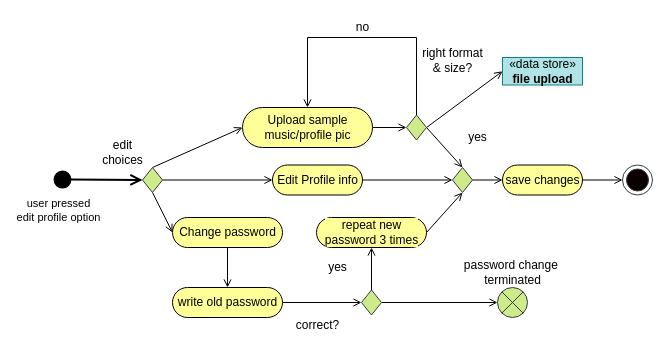
Before: page "Profile Activity" (3 of 6) of test Diagram.drawio in Itaybarbar/myProject, a draw.io diagram. Source tidied: cells renumbered, new cells numbered last; positions are measured from the earlier drawing's top-left corner, leaving out a move shared by most shapes. Both pictures are drawn from the tidied source at 100%, with x=0, y=0 at pixel (52, 17).
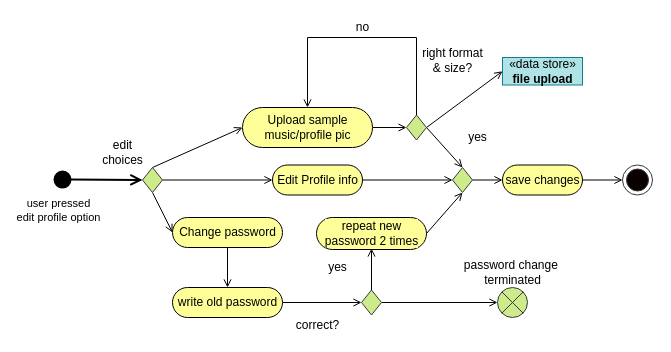
Above is the later version.

The edit, as a diff of the source:
```diff
@@
-    <mxCell id="32" value="repeat new &lt;br&gt;password 3 times" style="html=1;dashed=0;whitespace=wrap;shape=mxgraph.dfd.start;shadow=0;glass=0;labelBackgroundColor=#FFFF99;sketch=0;strokeWidth=1;fillColor=#FFFF99;" parent="1" vertex="1">
-      <mxGeometry x="264" y="200" width="110" height="30" as="geometry" />
+    <mxCell id="32" value="repeat new &lt;br&gt;password 2 times" style="html=1;dashed=0;whitespace=wrap;shape=mxgraph.dfd.start;shadow=0;glass=0;labelBackgroundColor=#FFFF99;sketch=0;strokeWidth=1;fillColor=#FFFF99;" parent="1" vertex="1">
+      <mxGeometry x="264" y="200" width="110" height="32" as="geometry" />
     </mxCell>
```
